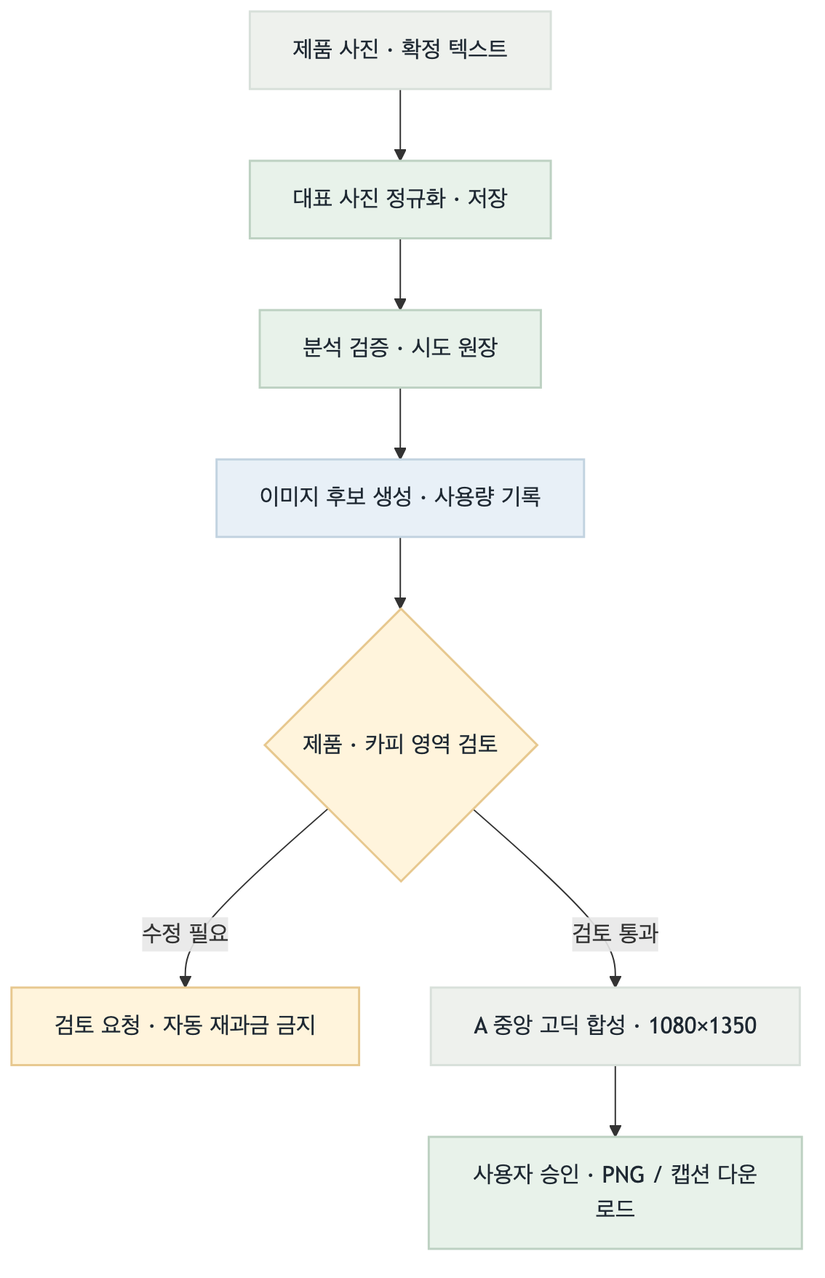
This is fivecircles/architecture/spec/image-mvp-relay-flow-20261030-target-flow.png from uyt5041-lab/beauty-ai-models, a Mermaid export, as it was before one commit. Its source is kept beside it as fivecircles/architecture/spec/image-mvp-relay-flow-20261030-target-flow.mmd.
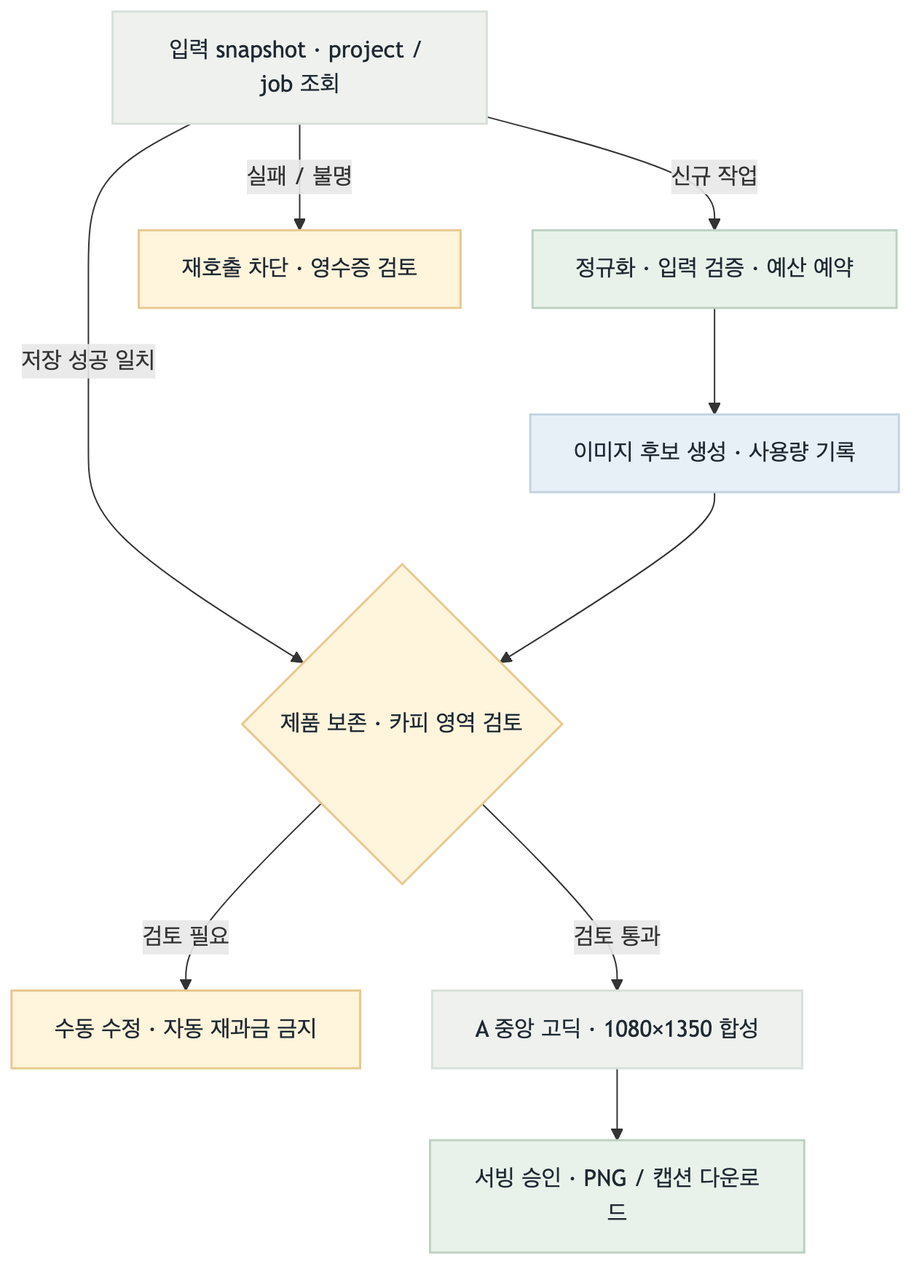
The same diagram one commit later.

What changed in the source:
```diff
@@ -1,11 +1,13 @@
 flowchart TD
- U["제품 사진 · 확정 텍스트"]:::gray --> N["대표 사진 정규화 · 저장"]:::green
- N --> V["분석 검증 · 시도 원장"]:::green
- V --> G["이미지 후보 생성 · 사용량 기록"]:::blue
- G --> R{"제품 · 카피 영역 검토"}:::amber
- R -->|"수정 필요"| X["검토 요청 · 자동 재과금 금지"]:::amber
- R -->|"검토 통과"| C["A 중앙 고딕 합성 · 1080×1350"]:::gray
- C --> D["사용자 승인 · PNG / 캡션 다운로드"]:::green
+ B["입력 snapshot · project / job 조회"]:::gray
+ B -->|"저장 성공 일치"| R{"제품 보존 · 카피 영역 검토"}:::amber
+ B -->|"신규 작업"| N["정규화 · 입력 검증 · 예산 예약"]:::green
+ B -->|"실패 / 불명"| X["재호출 차단 · 영수증 검토"]:::amber
+ N --> G["이미지 후보 생성 · 사용량 기록"]:::blue
+ G --> R
+ R -->|"검토 필요"| Q["수동 수정 · 자동 재과금 금지"]:::amber
+ R -->|"검토 통과"| C["A 중앙 고딕 · 1080×1350 합성"]:::gray
+ C --> D["서빙 승인 · PNG / 캡션 다운로드"]:::green
 classDef green fill:#e8f2ea,stroke:#bdd1c2,color:#1f2933,stroke-width:1.5px
 classDef blue fill:#e8f0f7,stroke:#c2d3e0,color:#1f2933,stroke-width:1.5px
 classDef amber fill:#fff4dc,stroke:#e7c88f,color:#1f2933,stroke-width:1.5px
```
